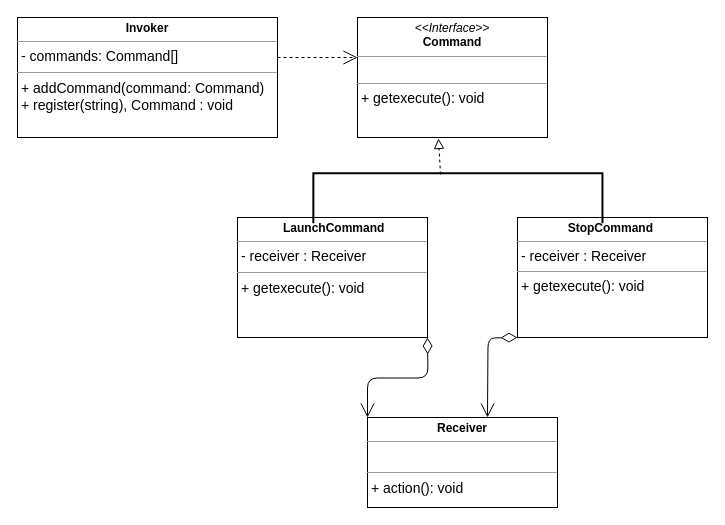
Before: behavioral/command/command.drawio in MaksShadows/Patterns, a draw.io diagram. Source tidied: cells renumbered, new cells numbered last; positions are measured from the earlier drawing's top-left corner, leaving out a move shared by most shapes. Both pictures are drawn from the tidied source at 100%, with x=0, y=0 at pixel (17, 17).
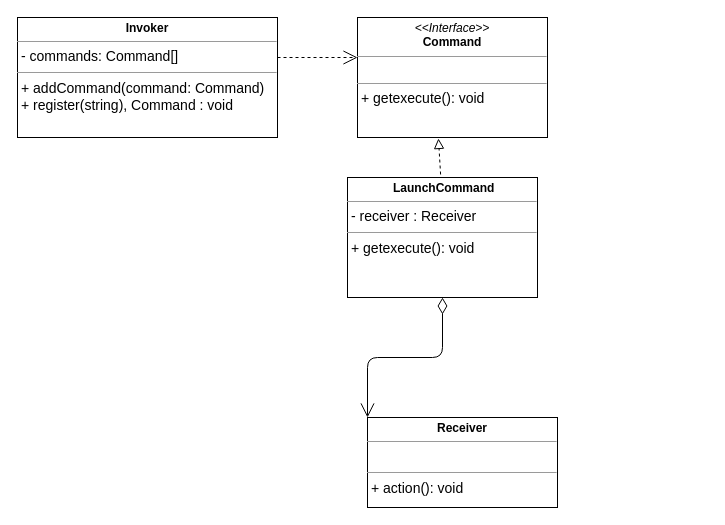
The same diagram, later.

What changed in the source:
```diff
@@
 <mxGraphModel>
   <root>
     <mxCell id="0" />
     <mxCell id="1" parent="0" />
     <mxCell id="2" value="&lt;p style=&quot;margin: 0px ; margin-top: 4px ; text-align: center&quot;&gt;&lt;i&gt;&amp;lt;&amp;lt;Interface&amp;gt;&amp;gt;&lt;/i&gt;&lt;br&gt;&lt;b&gt;Command&lt;/b&gt;&lt;/p&gt;&lt;hr size=&quot;1&quot;&gt;&lt;p style=&quot;margin: 0px ; margin-left: 4px&quot;&gt;&lt;br&gt;&lt;/p&gt;&lt;hr size=&quot;1&quot;&gt;&lt;p style=&quot;margin: 0px 0px 0px 4px ; font-size: 14px&quot;&gt;+ getexecute(): void&lt;br&gt;&lt;br&gt;&lt;/p&gt;" style="verticalAlign=top;align=left;overflow=fill;fontSize=12;fontFamily=Helvetica;html=1;" parent="1" vertex="1">
       <mxGeometry x="340" width="190" height="120" as="geometry" />
     </mxCell>
     <mxCell id="3" value="&lt;p style=&quot;margin: 0px ; margin-top: 4px ; text-align: center&quot;&gt;&lt;b&gt;&amp;nbsp;LaunchCommand&lt;/b&gt;&lt;br&gt;&lt;/p&gt;&lt;hr size=&quot;1&quot;&gt;&lt;p style=&quot;margin: 0px 0px 0px 4px ; font-size: 14px&quot;&gt;&lt;font style=&quot;font-size: 14px&quot;&gt;- receiver : Receiver&lt;/font&gt;&lt;/p&gt;&lt;hr size=&quot;1&quot; style=&quot;font-size: 14px&quot;&gt;&lt;p style=&quot;margin: 0px 0px 0px 4px ; font-size: 14px&quot;&gt;+ getexecute(): void&lt;br&gt;&lt;br&gt;&lt;/p&gt;" style="verticalAlign=top;align=left;overflow=fill;fontSize=12;fontFamily=Helvetica;html=1;" parent="1" vertex="1">
-      <mxGeometry x="220" y="200" width="190" height="120" as="geometry" />
+      <mxGeometry x="330" y="160" width="190" height="120" as="geometry" />
     </mxCell>
-    <mxCell id="4" value="&lt;p style=&quot;margin: 0px ; margin-top: 4px ; text-align: center&quot;&gt;&lt;b&gt;StopCommand&amp;nbsp;&lt;/b&gt;&lt;br&gt;&lt;/p&gt;&lt;hr size=&quot;1&quot;&gt;&lt;p style=&quot;margin: 0px ; margin-left: 4px&quot;&gt;&lt;span style=&quot;font-size: 14px&quot;&gt;- receiver : Receiver&lt;/span&gt;&lt;/p&gt;&lt;hr size=&quot;1&quot;&gt;&lt;p style=&quot;margin: 0px 0px 0px 4px ; font-size: 14px&quot;&gt;+ getexecute(): void&lt;br&gt;&lt;br&gt;&lt;/p&gt;" style="verticalAlign=top;align=left;overflow=fill;fontSize=12;fontFamily=Helvetica;html=1;" parent="1" vertex="1">
-      <mxGeometry x="500" y="200" width="190" height="120" as="geometry" />
-    </mxCell>
     <mxCell id="5" value="&lt;p style=&quot;margin: 0px ; margin-top: 4px ; text-align: center&quot;&gt;&lt;b&gt;Receiver&lt;/b&gt;&lt;/p&gt;&lt;hr size=&quot;1&quot;&gt;&lt;p style=&quot;margin: 0px 0px 0px 4px ; font-size: 14px&quot;&gt;&lt;br&gt;&lt;/p&gt;&lt;hr size=&quot;1&quot; style=&quot;font-size: 14px&quot;&gt;&lt;p style=&quot;margin: 0px 0px 0px 4px ; font-size: 14px&quot;&gt;+&amp;nbsp;action(): void&lt;/p&gt;&lt;p style=&quot;margin: 0px 0px 0px 4px ; font-size: 14px&quot;&gt;&lt;br&gt;&lt;/p&gt;" style="verticalAlign=top;align=left;overflow=fill;fontSize=12;fontFamily=Helvetica;html=1;" parent="1" vertex="1">
       <mxGeometry x="350" y="400" width="190" height="90" as="geometry" />
     </mxCell>
     <mxCell id="6" value="&lt;p style=&quot;margin: 0px ; margin-top: 4px ; text-align: center&quot;&gt;&lt;b&gt;Invoker&lt;/b&gt;&lt;/p&gt;&lt;hr size=&quot;1&quot;&gt;&lt;p style=&quot;margin: 0px 0px 0px 4px ; font-size: 14px&quot;&gt;- commands: Command[]&lt;/p&gt;&lt;hr size=&quot;1&quot; style=&quot;font-size: 14px&quot;&gt;&lt;p style=&quot;margin: 0px 0px 0px 4px ; font-size: 14px&quot;&gt;+&amp;nbsp;addCommand(command: Command)&lt;br&gt;+ register(string), Command : void&lt;/p&gt;" style="verticalAlign=top;align=left;overflow=fill;fontSize=12;fontFamily=Helvetica;html=1;" parent="1" vertex="1">
       <mxGeometry width="260" height="120" as="geometry" />
     </mxCell>
     <mxCell id="7" style="endArrow=open;endSize=12;dashed=1;html=1;" parent="1" edge="1">
       <mxGeometry y="-40" relative="1" as="geometry">
         <mxPoint x="260" y="40" as="sourcePoint" />
         <mxPoint x="340" y="40" as="targetPoint" />
       </mxGeometry>
     </mxCell>
-    <mxCell id="8" style="endArrow=open;html=1;endSize=12;startArrow=diamondThin;startSize=14;startFill=0;edgeStyle=orthogonalEdgeStyle;align=left;verticalAlign=bottom;entryX=0;entryY=0;entryDx=0;entryDy=0;" parent="1" edge="1" target="5">
+    <mxCell id="8" style="endArrow=open;html=1;endSize=12;startArrow=diamondThin;startSize=14;startFill=0;edgeStyle=orthogonalEdgeStyle;align=left;verticalAlign=bottom;entryX=0;entryY=0;entryDx=0;entryDy=0;exitX=0.5;exitY=1;exitDx=0;exitDy=0;" parent="1" edge="1" source="3" target="5">
       <mxGeometry x="-1" y="-36" relative="1" as="geometry">
-        <mxPoint x="410" y="320" as="sourcePoint" />
         <mxPoint x="-30" y="-16" as="offset" />
       </mxGeometry>
     </mxCell>
-    <mxCell id="9" style="endArrow=open;html=1;endSize=12;startArrow=diamondThin;startSize=14;startFill=0;edgeStyle=orthogonalEdgeStyle;align=left;verticalAlign=bottom;entryX=0;entryY=0;entryDx=0;entryDy=0;" parent="1" edge="1">
-      <mxGeometry x="-1" y="-36" relative="1" as="geometry">
-        <mxPoint x="500" y="320" as="sourcePoint" />
-        <mxPoint x="470" y="400" as="targetPoint" />
-        <mxPoint x="-30" y="-16" as="offset" />
-      </mxGeometry>
-    </mxCell>
-    <mxCell id="10" style="strokeWidth=2;html=1;shape=mxgraph.flowchart.annotation_1;align=left;rotation=90;" parent="1" vertex="1">
-      <mxGeometry x="415.4" y="36.3" width="50" height="289.1" as="geometry" />
-    </mxCell>
-    <mxCell id="11" style="endArrow=block;startArrow=none;endFill=0;startFill=0;endSize=8;html=1;verticalAlign=bottom;dashed=1;labelBackgroundColor=none;exitX=0.023;exitY=0.56;exitDx=0;exitDy=0;exitPerimeter=0;entryX=0.426;entryY=1.008;entryDx=0;entryDy=0;entryPerimeter=0;" parent="1" edge="1" source="10" target="2">
-      <mxGeometry relative="1" as="geometry" />
+    <mxCell id="11" style="endArrow=block;startArrow=none;endFill=0;startFill=0;endSize=8;html=1;verticalAlign=bottom;dashed=1;labelBackgroundColor=none;exitX=0.023;exitY=0.56;exitDx=0;exitDy=0;exitPerimeter=0;entryX=0.426;entryY=1.008;entryDx=0;entryDy=0;entryPerimeter=0;" parent="1" edge="1" target="2">
+      <mxGeometry relative="1" as="geometry">
+        <mxPoint x="423.1" y="157" as="sourcePoint" />
+      </mxGeometry>
     </mxCell>
   </root>
 </mxGraphModel>
```
